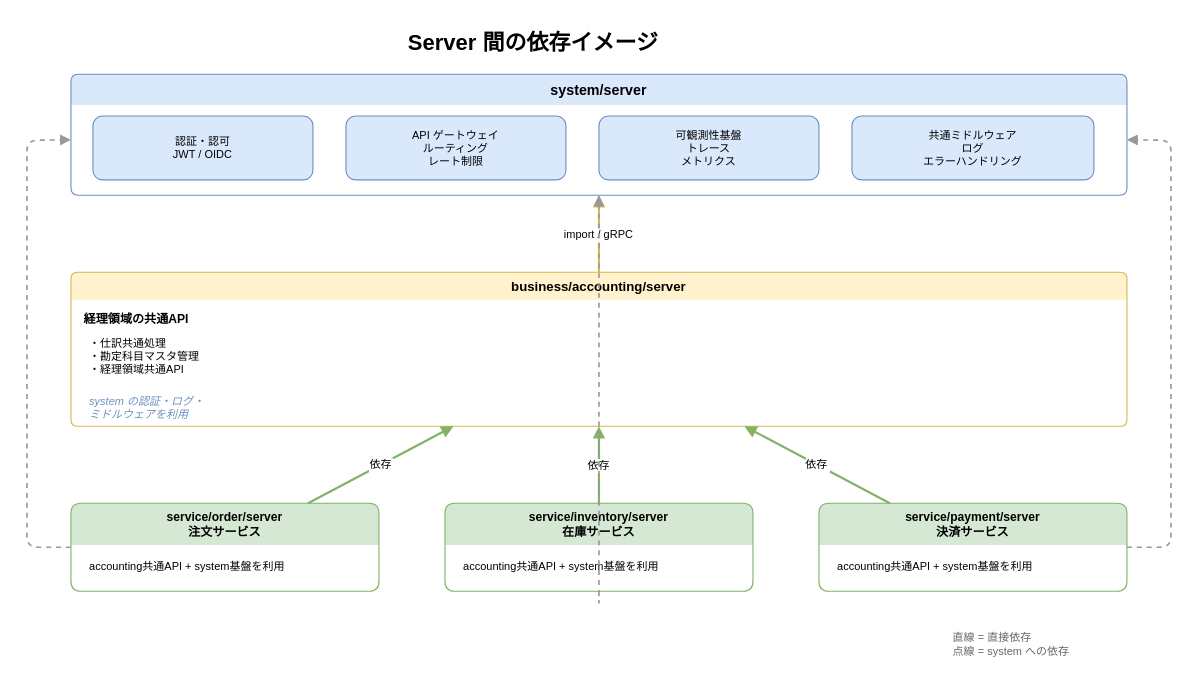
RyuheiKiso/k1s0 keeps this draw.io diagram as docs/diagrams/server-dependency.drawio. Above is the earlier version. Source tidied: cells renumbered, new cells numbered last; positions are measured from the earlier drawing's top-left corner, leaving out a move shared by most shapes. Both pictures are drawn from the tidied source at 110%, with x=0, y=0 at pixel (26, 19).
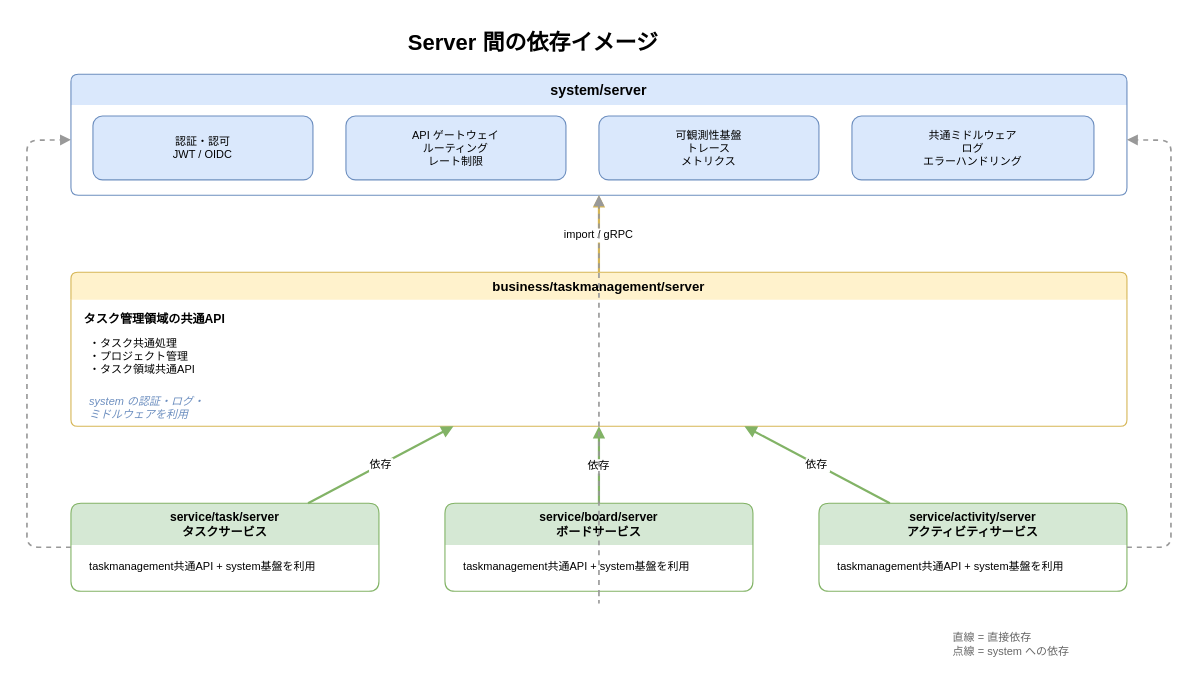
After the change.

Diff of the diagram source:
```diff
@@
-    <mxCell id="8" value="business/accounting/server" style="swimlane;startSize=25;fillColor=#fff2cc;strokeColor=#d6b656;rounded=1;arcSize=8;fontStyle=1;fontSize=12;swimlaneLine=0;" parent="1" vertex="1">
+    <mxCell id="8" value="business/taskmanagement/server" style="swimlane;startSize=25;fillColor=#fff2cc;strokeColor=#d6b656;rounded=1;arcSize=8;fontStyle=1;fontSize=12;swimlaneLine=0;" parent="1" vertex="1">
       <mxGeometry x="40" y="230" width="960" height="140" as="geometry" />
     </mxCell>
-    <mxCell id="9" value="経理領域の共通API" style="text;fontSize=11;fontStyle=1;" parent="8" vertex="1">
+    <mxCell id="9" value="タスク管理領域の共通API" style="text;fontSize=11;fontStyle=1;" parent="8" vertex="1">
       <mxGeometry x="10" y="30" width="260" height="22" as="geometry" />
     </mxCell>
-    <mxCell id="10" value="・仕訳共通処理&#10;・勘定科目マスタ管理&#10;・経理領域共通API" style="text;fontSize=10;align=left;" parent="8" vertex="1">
+    <mxCell id="10" value="・タスク共通処理&#10;・プロジェクト管理&#10;・タスク領域共通API" style="text;fontSize=10;align=left;" parent="8" vertex="1">
       <mxGeometry x="15" y="52" width="250" height="50" as="geometry" />
     </mxCell>
@@
-    <mxCell id="12" value="service/order/server&#10;注文サービス" style="swimlane;startSize=38;fillColor=#d5e8d4;strokeColor=#82b366;rounded=1;arcSize=8;fontStyle=1;fontSize=11;swimlaneLine=0;" parent="1" vertex="1">
+    <mxCell id="12" value="service/task/server&#10;タスクサービス" style="swimlane;startSize=38;fillColor=#d5e8d4;strokeColor=#82b366;rounded=1;arcSize=8;fontStyle=1;fontSize=11;swimlaneLine=0;" parent="1" vertex="1">
       <mxGeometry x="40" y="440" width="280" height="80" as="geometry" />
     </mxCell>
-    <mxCell id="13" value="accounting共通API + system基盤を利用" style="text;fontSize=10;align=left;" parent="12" vertex="1">
+    <mxCell id="13" value="taskmanagement共通API + system基盤を利用" style="text;fontSize=10;align=left;" parent="12" vertex="1">
       <mxGeometry x="15" y="45" width="250" height="25" as="geometry" />
     </mxCell>
-    <mxCell id="14" value="service/inventory/server&#10;在庫サービス" style="swimlane;startSize=38;fillColor=#d5e8d4;strokeColor=#82b366;rounded=1;arcSize=8;fontStyle=1;fontSize=11;swimlaneLine=0;" parent="1" vertex="1">
+    <mxCell id="14" value="service/board/server&#10;ボードサービス" style="swimlane;startSize=38;fillColor=#d5e8d4;strokeColor=#82b366;rounded=1;arcSize=8;fontStyle=1;fontSize=11;swimlaneLine=0;" parent="1" vertex="1">
       <mxGeometry x="380" y="440" width="280" height="80" as="geometry" />
     </mxCell>
-    <mxCell id="15" value="accounting共通API + system基盤を利用" style="text;fontSize=10;align=left;" parent="14" vertex="1">
+    <mxCell id="15" value="taskmanagement共通API + system基盤を利用" style="text;fontSize=10;align=left;" parent="14" vertex="1">
       <mxGeometry x="15" y="45" width="250" height="25" as="geometry" />
     </mxCell>
-    <mxCell id="16" value="service/payment/server&#10;決済サービス" style="swimlane;startSize=38;fillColor=#d5e8d4;strokeColor=#82b366;rounded=1;arcSize=8;fontStyle=1;fontSize=11;swimlaneLine=0;" parent="1" vertex="1">
+    <mxCell id="16" value="service/activity/server&#10;アクティビティサービス" style="swimlane;startSize=38;fillColor=#d5e8d4;strokeColor=#82b366;rounded=1;arcSize=8;fontStyle=1;fontSize=11;swimlaneLine=0;" parent="1" vertex="1">
       <mxGeometry x="720" y="440" width="280" height="80" as="geometry" />
     </mxCell>
-    <mxCell id="17" value="accounting共通API + system基盤を利用" style="text;fontSize=10;align=left;" parent="16" vertex="1">
+    <mxCell id="17" value="taskmanagement共通API + system基盤を利用" style="text;fontSize=10;align=left;" parent="16" vertex="1">
       <mxGeometry x="15" y="45" width="250" height="25" as="geometry" />
     </mxCell>
```
